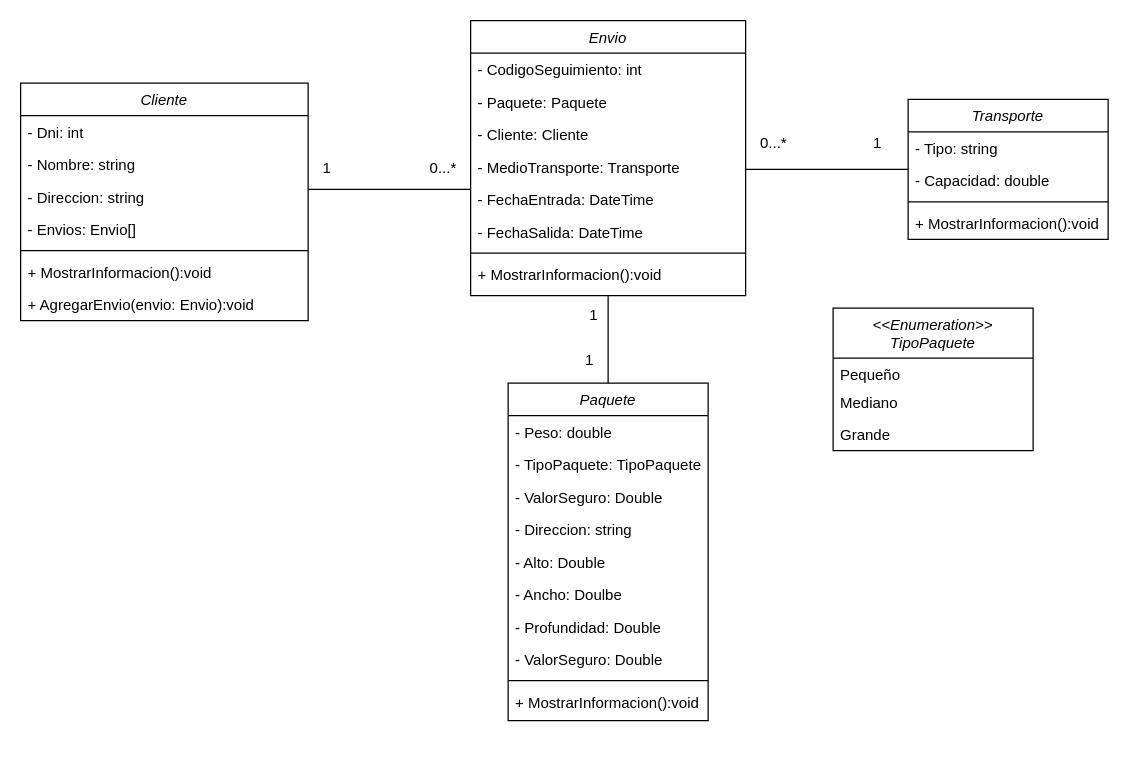
Earlier version of the draw.io diagram EnviosRapidos.drawio (nmgomez00/EnviosRapidos). Source tidied: cells renumbered, new cells numbered last; positions are measured from the earlier drawing's top-left corner, leaving out a move shared by most shapes. Both pictures are drawn from the tidied source at 125%, with x=0, y=0 at pixel (20, 20).
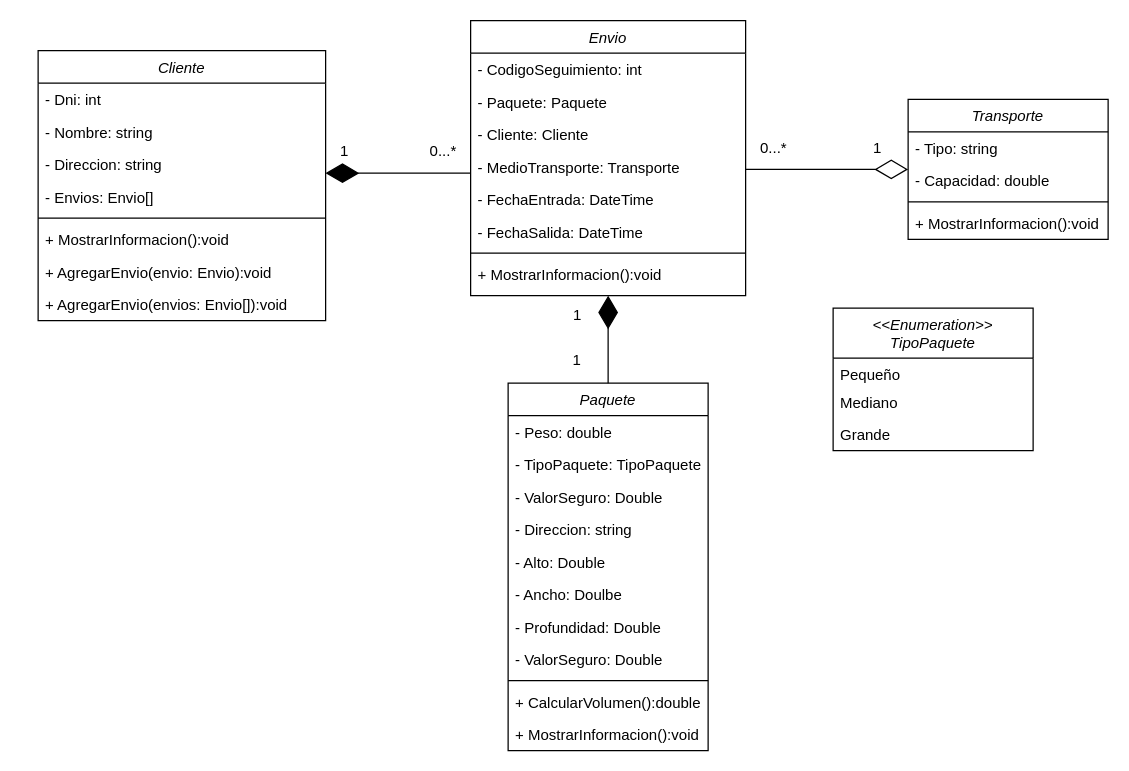
Above is the later version.

The change refers to these unchanged cells:
```xml
<mxCell id="21" value="Transporte" style="swimlane;fontStyle=2;align=center;verticalAlign=top;horizontal=1;startSize=26;rounded=0;shadow=0;strokeWidth=1;" parent="1" vertex="1">
  <mxGeometry x="710" y="63" width="160" height="112" as="geometry" />
</mxCell>
<mxCell id="26" value="Envio" style="swimlane;fontStyle=2;align=center;verticalAlign=top;horizontal=1;startSize=26;rounded=0;shadow=0;strokeWidth=1;" parent="1" vertex="1">
  <mxGeometry x="360" width="220" height="220" as="geometry" />
</mxCell>
```

The edit, as a diff of the source:
```diff
@@
     <mxCell id="2" value="Cliente" style="swimlane;fontStyle=2;align=center;verticalAlign=top;horizontal=1;startSize=26;rounded=0;shadow=0;strokeWidth=1;" parent="1" vertex="1">
-      <mxGeometry y="50" width="230" height="190" as="geometry" />
+      <mxGeometry x="14" y="24" width="230" height="216" as="geometry" />
     </mxCell>
@@
+    <mxCell id="48" value="+ AgregarEnvio(envios: Envio[]):void" style="text;align=left;verticalAlign=top;spacingLeft=4;spacingRight=4;overflow=hidden;" parent="2" vertex="1">
+      <mxGeometry y="190" width="230" height="26" as="geometry" />
+    </mxCell>
     <mxCell id="10" value="Paquete" style="swimlane;fontStyle=2;align=center;verticalAlign=top;horizontal=1;startSize=26;rounded=0;shadow=0;strokeWidth=1;" parent="1" vertex="1">
-      <mxGeometry x="390" y="290" width="160" height="270" as="geometry" />
+      <mxGeometry x="390" y="290" width="160" height="294" as="geometry" />
     </mxCell>
@@
+    <mxCell id="49" value="+ CalcularVolumen():double" style="text;align=left;verticalAlign=top;spacingLeft=4;spacingRight=4;overflow=hidden;" parent="10" vertex="1">
+      <mxGeometry y="242" width="160" height="26" as="geometry" />
+    </mxCell>
     <mxCell id="20" value="+ MostrarInformacion():void" style="text;align=left;verticalAlign=top;spacingLeft=4;spacingRight=4;overflow=hidden;" parent="10" vertex="1">
-      <mxGeometry y="242" width="160" height="26" as="geometry" />
+      <mxGeometry y="268" width="160" height="26" as="geometry" />
     </mxCell>
@@
-    <mxCell id="35" style="endArrow=none;shadow=0;strokeWidth=1;rounded=0;curved=0;endFill=0;edgeStyle=elbowEdgeStyle;elbow=vertical;" parent="1" edge="1" source="2" target="26">
+    <mxCell id="35" style="endArrow=none;shadow=0;strokeWidth=1;rounded=0;curved=0;endFill=0;edgeStyle=elbowEdgeStyle;elbow=vertical;startArrow=diamondThin;startFill=1;sourcePerimeterSpacing=0;startSize=24;" parent="1" edge="1" source="2" target="26">
       <mxGeometry x="0.5" y="41" relative="1" as="geometry">
         <mxPoint x="-40" y="32" as="offset" />
       </mxGeometry>
     </mxCell>
@@
-    <mxCell id="42" style="endArrow=none;shadow=0;strokeWidth=1;rounded=0;curved=0;endFill=0;edgeStyle=elbowEdgeStyle;elbow=vertical;" parent="1" edge="1" source="10" target="26">
+    <mxCell id="42" style="endArrow=diamondThin;shadow=0;strokeWidth=1;rounded=0;curved=0;endFill=1;edgeStyle=elbowEdgeStyle;elbow=vertical;startArrow=none;startFill=0;startSize=11;endSize=24;" parent="1" edge="1" source="10" target="26">
       <mxGeometry x="0.5" y="41" relative="1" as="geometry">
         <mxPoint x="-40" y="32" as="offset" />
       </mxGeometry>
     </mxCell>
     <mxCell id="43" value="1" style="align=left;verticalAlign=bottom;labelBackgroundColor=none;fontSize=12;" parent="42" vertex="1">
       <mxGeometry x="-1" relative="1" as="geometry">
-        <mxPoint x="-20" y="-10" as="offset" />
+        <mxPoint x="-30" y="-10" as="offset" />
       </mxGeometry>
     </mxCell>
     <mxCell id="44" value="1" style="align=right;verticalAlign=bottom;labelBackgroundColor=none;fontSize=12;" parent="42" vertex="1">
       <mxGeometry x="1" relative="1" as="geometry">
-        <mxPoint x="-7" y="24" as="offset" />
+        <mxPoint x="-20" y="24" as="offset" />
       </mxGeometry>
     </mxCell>
-    <mxCell id="45" style="endArrow=none;shadow=0;strokeWidth=1;rounded=0;curved=0;endFill=0;edgeStyle=elbowEdgeStyle;elbow=vertical;" parent="1" edge="1" source="26" target="21">
+    <mxCell id="45" style="endArrow=diamondThin;shadow=0;strokeWidth=1;rounded=0;curved=0;endFill=0;edgeStyle=elbowEdgeStyle;elbow=vertical;startSize=6;endSize=24;" parent="1" edge="1" source="26" target="21">
       <mxGeometry x="0.5" y="41" relative="1" as="geometry">
         <mxPoint x="-40" y="32" as="offset" />
       </mxGeometry>
     </mxCell>
     <mxCell id="46" value="0...*" style="align=left;verticalAlign=bottom;labelBackgroundColor=none;fontSize=12;" parent="45" vertex="1">
       <mxGeometry x="-1" relative="1" as="geometry">
-        <mxPoint x="10" y="-13" as="offset" />
+        <mxPoint x="10" y="-9" as="offset" />
       </mxGeometry>
     </mxCell>
     <mxCell id="47" value="1" style="align=right;verticalAlign=bottom;labelBackgroundColor=none;fontSize=12;" parent="45" vertex="1">
       <mxGeometry x="1" relative="1" as="geometry">
-        <mxPoint x="-20" y="-13" as="offset" />
+        <mxPoint x="-20" y="-9" as="offset" />
       </mxGeometry>
     </mxCell>
```
